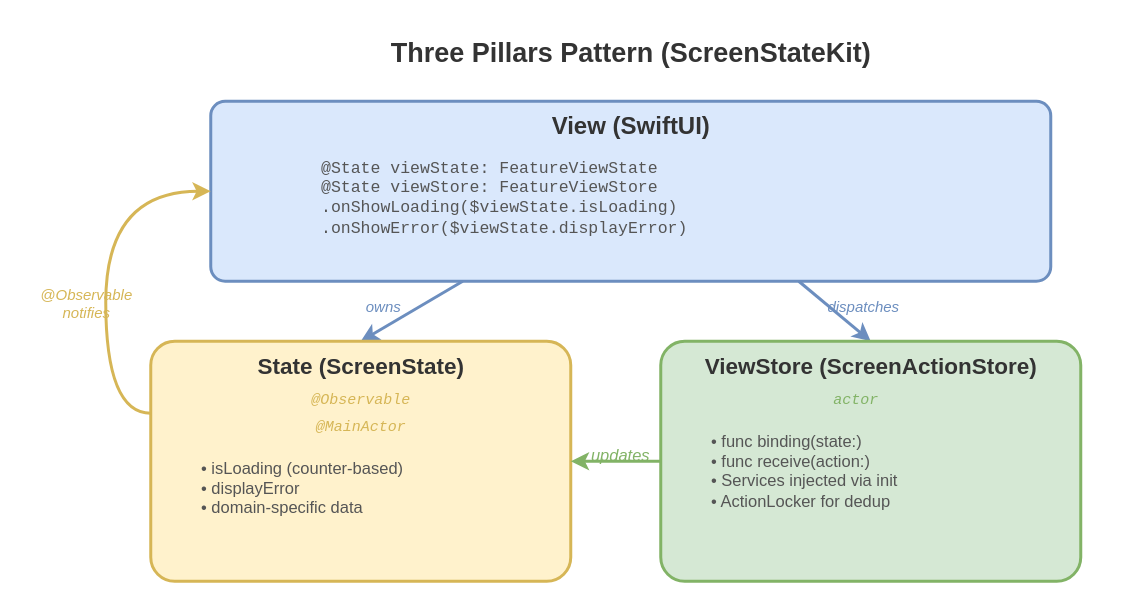
Before: docs/images/three-pillars.drawio in anthony1810/Definery, a draw.io diagram. Source tidied: cells renumbered, new cells numbered last; positions are measured from the earlier drawing's top-left corner, leaving out a move shared by most shapes. Both pictures are drawn from the tidied source at 150%, with x=0, y=0 at pixel (33, 26).
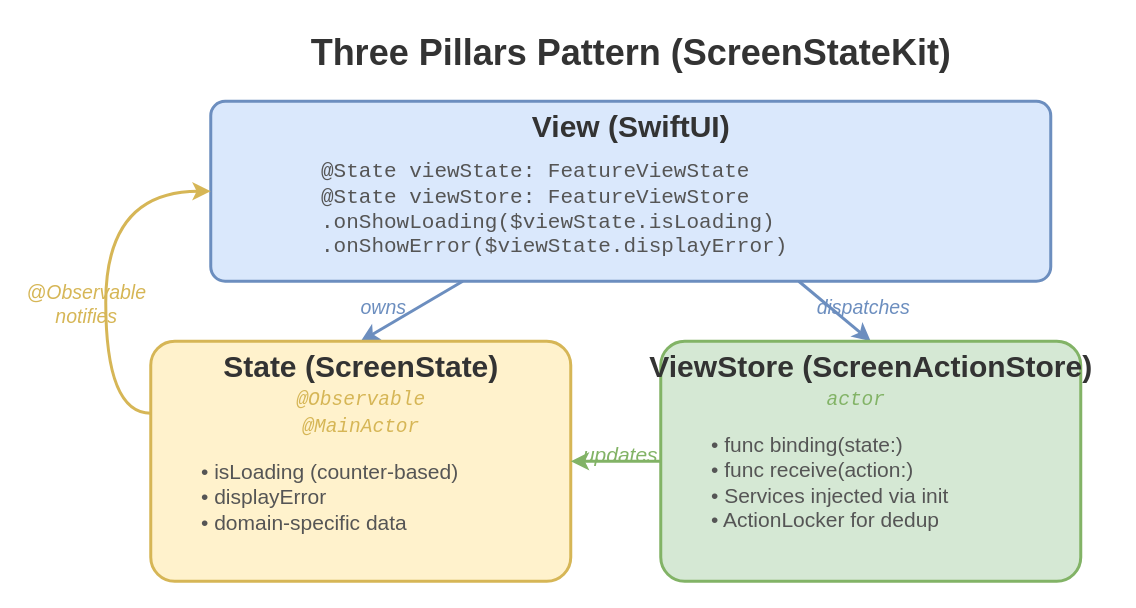
The same page after the edit.

Commit message (it also covers changes not shown here):
Increase font sizes in architecture diagrams

Change to the diagram source:
```diff
@@
-    <mxCell id="2" value="Three Pillars Pattern (ScreenStateKit)" style="text;html=1;fontSize=18;fontStyle=1;align=center;verticalAlign=middle;fillColor=none;strokeColor=none;fontColor=#333333;" parent="1" vertex="1">
+    <mxCell id="2" value="Three Pillars Pattern (ScreenStateKit)" style="text;html=1;fontSize=24;fontStyle=1;align=center;verticalAlign=middle;fillColor=none;strokeColor=none;fontColor=#333333;" parent="1" vertex="1">
       <mxGeometry x="78" width="640" height="36" as="geometry" />
     </mxCell>
@@
-    <mxCell id="4" value="View (SwiftUI)" style="text;html=1;fontSize=16;fontStyle=1;align=center;verticalAlign=middle;fillColor=none;strokeColor=none;fontColor=#333333;" parent="1" vertex="1">
+    <mxCell id="4" value="View (SwiftUI)" style="text;html=1;fontSize=20;fontStyle=1;align=center;verticalAlign=middle;fillColor=none;strokeColor=none;fontColor=#333333;" parent="1" vertex="1">
       <mxGeometry x="308" y="52" width="180" height="28" as="geometry" />
     </mxCell>
-    <mxCell id="5" value="@State viewState: FeatureViewState&#10;@State viewStore: FeatureViewStore&#10;.onShowLoading($viewState.isLoading)&#10;.onShowError($viewState.displayError)" style="text;html=1;fontSize=11;align=left;verticalAlign=top;fillColor=none;strokeColor=none;fontColor=#555555;fontFamily=Courier New;spacingLeft=12;" parent="1" vertex="1">
+    <mxCell id="5" value="@State viewState: FeatureViewState&#10;@State viewStore: FeatureViewStore&#10;.onShowLoading($viewState.isLoading)&#10;.onShowError($viewState.displayError)" style="text;html=1;fontSize=14;align=left;verticalAlign=top;fillColor=none;strokeColor=none;fontColor=#555555;fontFamily=Courier New;spacingLeft=12;" parent="1" vertex="1">
       <mxGeometry x="178" y="82" width="420" height="70" as="geometry" />
     </mxCell>
@@
-    <mxCell id="8" value="owns" style="text;html=1;fontSize=10;fontStyle=2;align=center;verticalAlign=middle;fillColor=none;strokeColor=none;fontColor=#6c8ebf;" parent="1" vertex="1">
+    <mxCell id="8" value="owns" style="text;html=1;fontSize=13;fontStyle=2;align=center;verticalAlign=middle;fillColor=none;strokeColor=none;fontColor=#6c8ebf;" parent="1" vertex="1">
       <mxGeometry x="208" y="178" width="50" height="18" as="geometry" />
     </mxCell>
-    <mxCell id="9" value="dispatches" style="text;html=1;fontSize=10;fontStyle=2;align=center;verticalAlign=middle;fillColor=none;strokeColor=none;fontColor=#6c8ebf;" parent="1" vertex="1">
+    <mxCell id="9" value="dispatches" style="text;html=1;fontSize=13;fontStyle=2;align=center;verticalAlign=middle;fillColor=none;strokeColor=none;fontColor=#6c8ebf;" parent="1" vertex="1">
       <mxGeometry x="518" y="178" width="70" height="18" as="geometry" />
     </mxCell>
@@
-    <mxCell id="11" value="State (ScreenState)" style="text;html=1;fontSize=15;fontStyle=1;align=center;verticalAlign=middle;fillColor=none;strokeColor=none;fontColor=#333333;" parent="1" vertex="1">
+    <mxCell id="11" value="State (ScreenState)" style="text;html=1;fontSize=20;fontStyle=1;align=center;verticalAlign=middle;fillColor=none;strokeColor=none;fontColor=#333333;" parent="1" vertex="1">
       <mxGeometry x="118" y="212" width="200" height="28" as="geometry" />
     </mxCell>
-    <mxCell id="12" value="@Observable" style="text;html=1;fontSize=10;fontStyle=2;align=center;verticalAlign=middle;fillColor=none;strokeColor=none;fontColor=#d6b656;fontFamily=Courier New;" parent="1" vertex="1">
+    <mxCell id="12" value="@Observable" style="text;html=1;fontSize=13;fontStyle=2;align=center;verticalAlign=middle;fillColor=none;strokeColor=none;fontColor=#d6b656;fontFamily=Courier New;" parent="1" vertex="1">
       <mxGeometry x="158" y="240" width="120" height="18" as="geometry" />
     </mxCell>
-    <mxCell id="13" value="@MainActor" style="text;html=1;fontSize=10;fontStyle=2;align=center;verticalAlign=middle;fillColor=none;strokeColor=none;fontColor=#d6b656;fontFamily=Courier New;" parent="1" vertex="1">
+    <mxCell id="13" value="@MainActor" style="text;html=1;fontSize=13;fontStyle=2;align=center;verticalAlign=middle;fillColor=none;strokeColor=none;fontColor=#d6b656;fontFamily=Courier New;" parent="1" vertex="1">
       <mxGeometry x="158" y="258" width="120" height="18" as="geometry" />
     </mxCell>
-    <mxCell id="14" value="• isLoading (counter-based)&#10;• displayError&#10;• domain-specific data" style="text;html=1;fontSize=11;align=left;verticalAlign=top;fillColor=none;strokeColor=none;fontColor=#555555;spacingLeft=12;" parent="1" vertex="1">
+    <mxCell id="14" value="• isLoading (counter-based)&#10;• displayError&#10;• domain-specific data" style="text;html=1;fontSize=14;align=left;verticalAlign=top;fillColor=none;strokeColor=none;fontColor=#555555;spacingLeft=12;" parent="1" vertex="1">
       <mxGeometry x="98" y="282" width="240" height="60" as="geometry" />
     </mxCell>
@@
-    <mxCell id="16" value="ViewStore (ScreenActionStore)" style="text;html=1;fontSize=15;fontStyle=1;align=center;verticalAlign=middle;fillColor=none;strokeColor=none;fontColor=#333333;" parent="1" vertex="1">
+    <mxCell id="16" value="ViewStore (ScreenActionStore)" style="text;html=1;fontSize=20;fontStyle=1;align=center;verticalAlign=middle;fillColor=none;strokeColor=none;fontColor=#333333;" parent="1" vertex="1">
       <mxGeometry x="428" y="212" width="260" height="28" as="geometry" />
     </mxCell>
-    <mxCell id="17" value="actor" style="text;html=1;fontSize=10;fontStyle=2;align=center;verticalAlign=middle;fillColor=none;strokeColor=none;fontColor=#82b366;fontFamily=Courier New;" parent="1" vertex="1">
+    <mxCell id="17" value="actor" style="text;html=1;fontSize=13;fontStyle=2;align=center;verticalAlign=middle;fillColor=none;strokeColor=none;fontColor=#82b366;fontFamily=Courier New;" parent="1" vertex="1">
       <mxGeometry x="518" y="240" width="60" height="18" as="geometry" />
     </mxCell>
-    <mxCell id="18" value="• func binding(state:)&#10;• func receive(action:)&#10;• Services injected via init&#10;• ActionLocker for dedup" style="text;html=1;fontSize=11;align=left;verticalAlign=top;fillColor=none;strokeColor=none;fontColor=#555555;spacingLeft=12;" parent="1" vertex="1">
+    <mxCell id="18" value="• func binding(state:)&#10;• func receive(action:)&#10;• Services injected via init&#10;• ActionLocker for dedup" style="text;html=1;fontSize=14;align=left;verticalAlign=top;fillColor=none;strokeColor=none;fontColor=#555555;spacingLeft=12;" parent="1" vertex="1">
       <mxGeometry x="438" y="264" width="240" height="80" as="geometry" />
     </mxCell>
@@
-    <mxCell id="20" value="updates" style="text;html=1;fontSize=11;fontStyle=2;align=center;verticalAlign=middle;fillColor=none;strokeColor=none;fontColor=#82b366;" parent="1" vertex="1">
+    <mxCell id="20" value="updates" style="text;html=1;fontSize=14;fontStyle=2;align=center;verticalAlign=middle;fillColor=none;strokeColor=none;fontColor=#82b366;" parent="1" vertex="1">
       <mxGeometry x="363" y="276" width="55" height="20" as="geometry" />
     </mxCell>
@@
-    <mxCell id="22" value="@Observable&#10;notifies" style="text;html=1;fontSize=10;fontStyle=2;align=center;verticalAlign=middle;fillColor=none;strokeColor=none;fontColor=#d6b656;" parent="1" vertex="1">
+    <mxCell id="22" value="@Observable&#10;notifies" style="text;html=1;fontSize=13;fontStyle=2;align=center;verticalAlign=middle;fillColor=none;strokeColor=none;fontColor=#d6b656;" parent="1" vertex="1">
       <mxGeometry y="170" width="70" height="30" as="geometry" />
     </mxCell>
```
